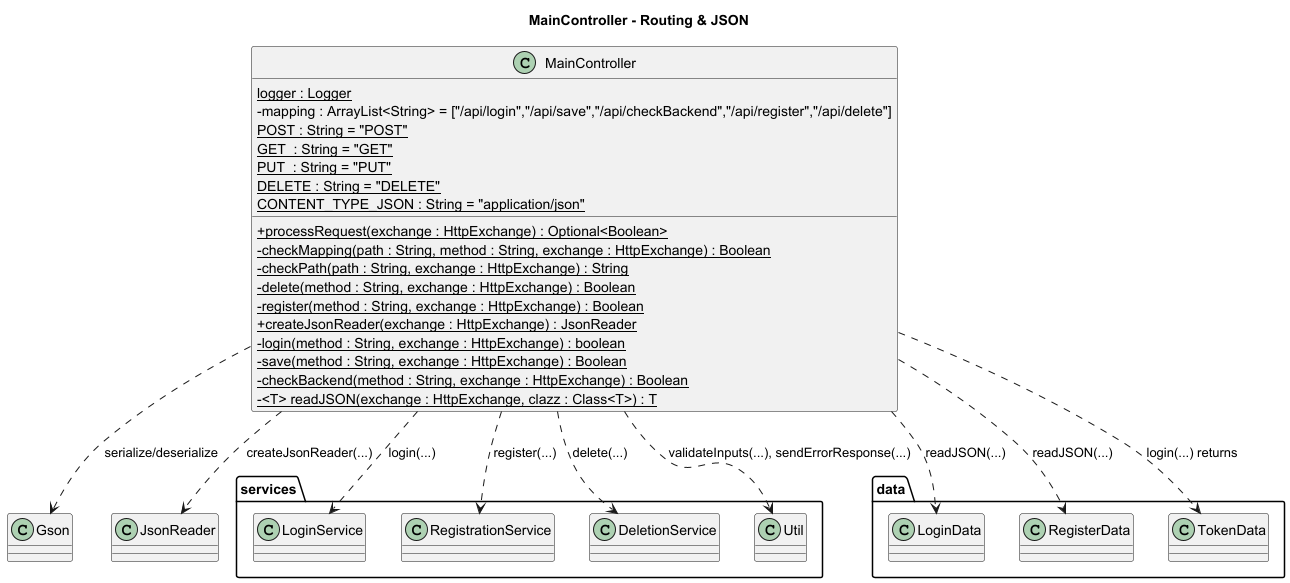
Above: backend/src/main/resources/documentation/diagrams/02_MainController_Routing.png in Princeps119/Princeps119-BFK_J3_Snake (PlantUML), before the change. The source it was exported from:
```plantuml
@startuml
title MainController - Routing & JSON

skinparam classAttributeIconSize 0

class MainController {
  {static} logger : Logger
  - mapping : ArrayList<String> = ["/api/login","/api/save","/api/checkBackend","/api/register","/api/delete"]
  {static} POST : String = "POST"
  {static} GET  : String = "GET"
  {static} PUT  : String = "PUT"
  {static} DELETE : String = "DELETE"
  {static} CONTENT_TYPE_JSON : String = "application/json"

  + {static} processRequest(exchange : HttpExchange) : Optional<Boolean>
  - {static} checkMapping(path : String, method : String, exchange : HttpExchange) : Boolean
  - {static} checkPath(path : String, exchange : HttpExchange) : String
  - {static} delete(method : String, exchange : HttpExchange) : Boolean
  - {static} register(method : String, exchange : HttpExchange) : Boolean
  + {static} createJsonReader(exchange : HttpExchange) : JsonReader
  - {static} login(method : String, exchange : HttpExchange) : boolean
  - {static} save(method : String, exchange : HttpExchange) : Boolean
  - {static} checkBackend(method : String, exchange : HttpExchange) : Boolean
  - {static} <T> readJSON(exchange : HttpExchange, clazz : Class<T>) : T
}

MainController ..> services.LoginService : login(...)
MainController ..> services.RegistrationService : register(...)
MainController ..> services.DeletionService : delete(...)
MainController ..> data.LoginData : readJSON(...)
MainController ..> data.RegisterData : readJSON(...)
MainController ..> data.TokenData : login(...) returns
MainController ..> Gson : serialize/deserialize
MainController ..> JsonReader : createJsonReader(...)
MainController ..> services.Util : validateInputs(...), sendErrorResponse(...)
@enduml
```
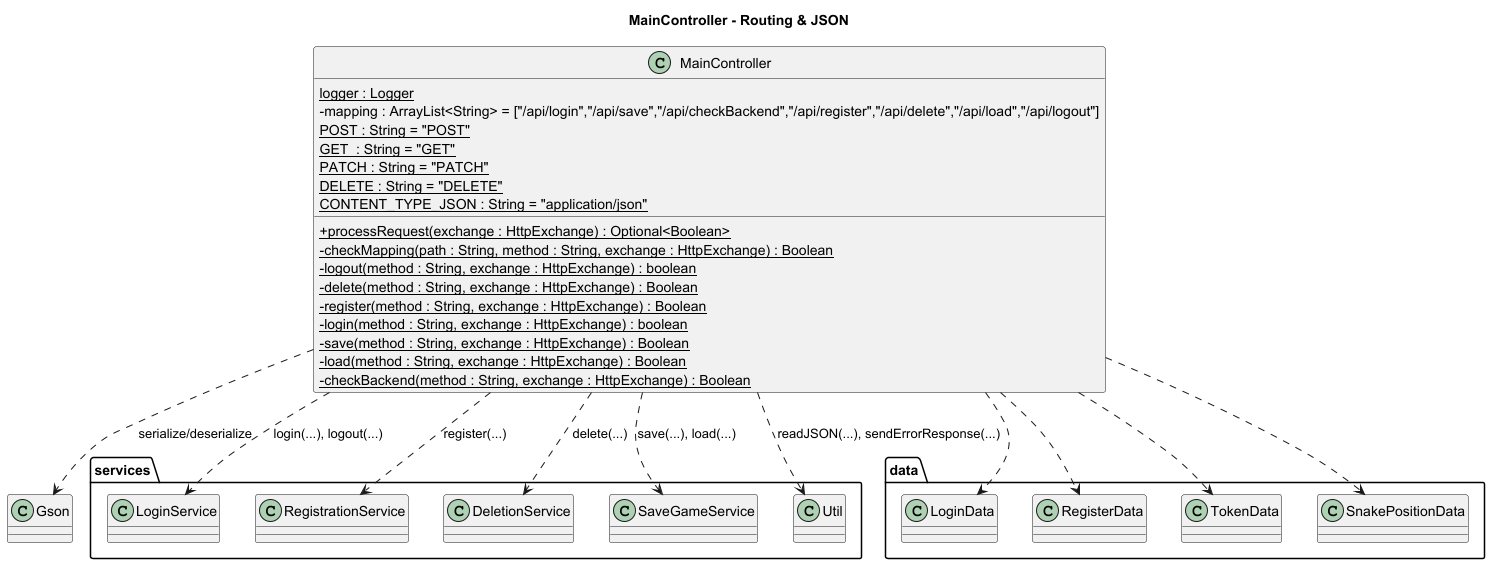
After the change.

The edit, as a diff of the source:
```diff
@@ -5,32 +5,32 @@
 
 class MainController {
   {static} logger : Logger
-  - mapping : ArrayList<String> = ["/api/login","/api/save","/api/checkBackend","/api/register","/api/delete"]
+  - mapping : ArrayList<String> = ["/api/login","/api/save","/api/checkBackend","/api/register","/api/delete","/api/load","/api/logout"]
   {static} POST : String = "POST"
   {static} GET  : String = "GET"
-  {static} PUT  : String = "PUT"
+  {static} PATCH : String = "PATCH"
   {static} DELETE : String = "DELETE"
   {static} CONTENT_TYPE_JSON : String = "application/json"
 
   + {static} processRequest(exchange : HttpExchange) : Optional<Boolean>
   - {static} checkMapping(path : String, method : String, exchange : HttpExchange) : Boolean
-  - {static} checkPath(path : String, exchange : HttpExchange) : String
+  - {static} logout(method : String, exchange : HttpExchange) : boolean
   - {static} delete(method : String, exchange : HttpExchange) : Boolean
   - {static} register(method : String, exchange : HttpExchange) : Boolean
-  + {static} createJsonReader(exchange : HttpExchange) : JsonReader
   - {static} login(method : String, exchange : HttpExchange) : boolean
   - {static} save(method : String, exchange : HttpExchange) : Boolean
+  - {static} load(method : String, exchange : HttpExchange) : Boolean
   - {static} checkBackend(method : String, exchange : HttpExchange) : Boolean
-  - {static} <T> readJSON(exchange : HttpExchange, clazz : Class<T>) : T
 }
 
-MainController ..> services.LoginService : login(...)
+MainController ..> services.LoginService : login(...), logout(...)
 MainController ..> services.RegistrationService : register(...)
 MainController ..> services.DeletionService : delete(...)
-MainController ..> data.LoginData : readJSON(...)
-MainController ..> data.RegisterData : readJSON(...)
-MainController ..> data.TokenData : login(...) returns
+MainController ..> services.SaveGameService : save(...), load(...)
+MainController ..> data.LoginData
+MainController ..> data.RegisterData
+MainController ..> data.TokenData
+MainController ..> data.SnakePositionData
 MainController ..> Gson : serialize/deserialize
-MainController ..> JsonReader : createJsonReader(...)
-MainController ..> services.Util : validateInputs(...), sendErrorResponse(...)
+MainController ..> services.Util : readJSON(...), sendErrorResponse(...)
 @enduml
```
